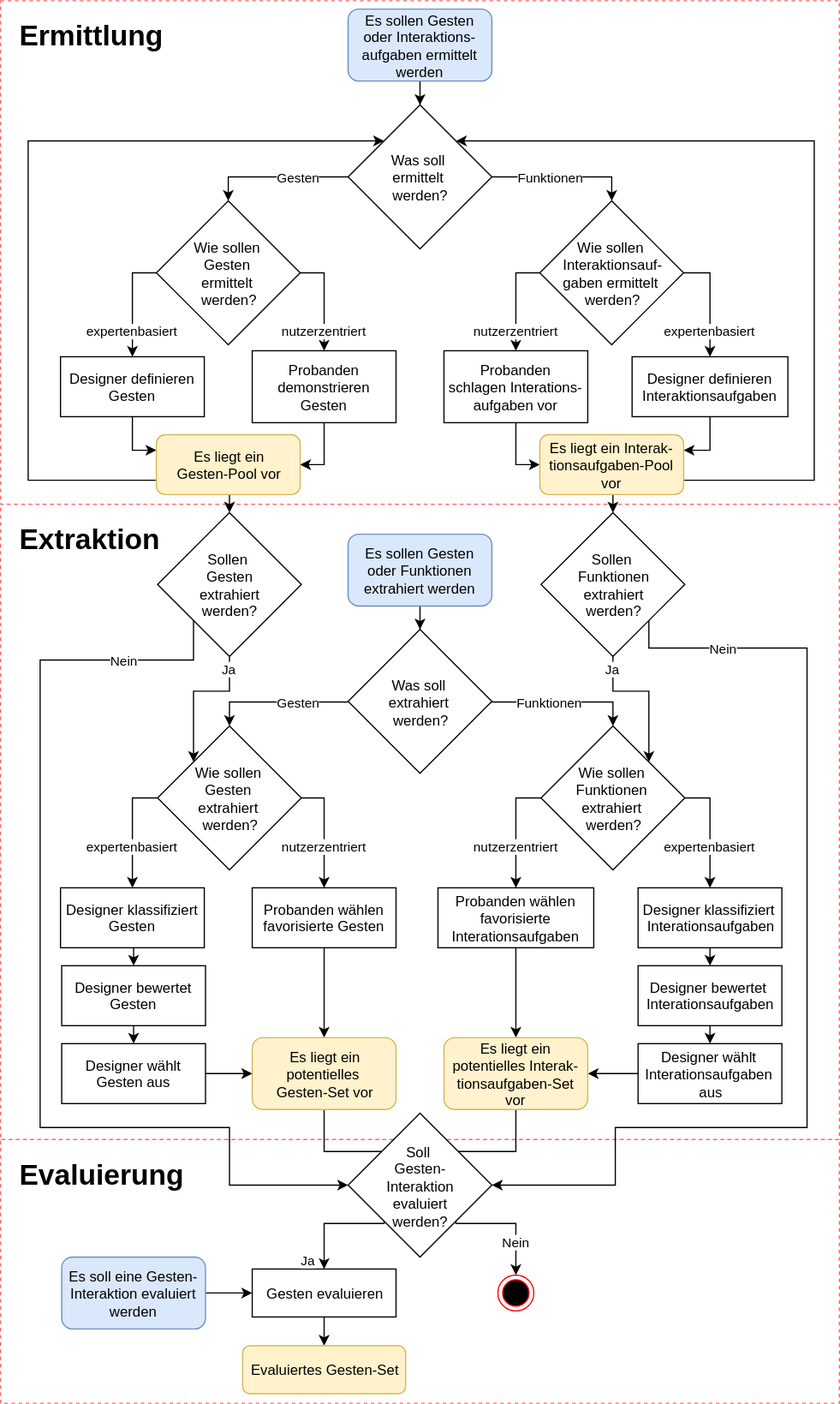
Above: img/de/introduction/study-create/gesture-design-process.svg in danielkuenkel/gesturenote (draw.io), before the change. Source tidied: cells renumbered, new cells last; positions are measured from the earlier drawing's top-left corner, leaving out a move shared by most shapes.
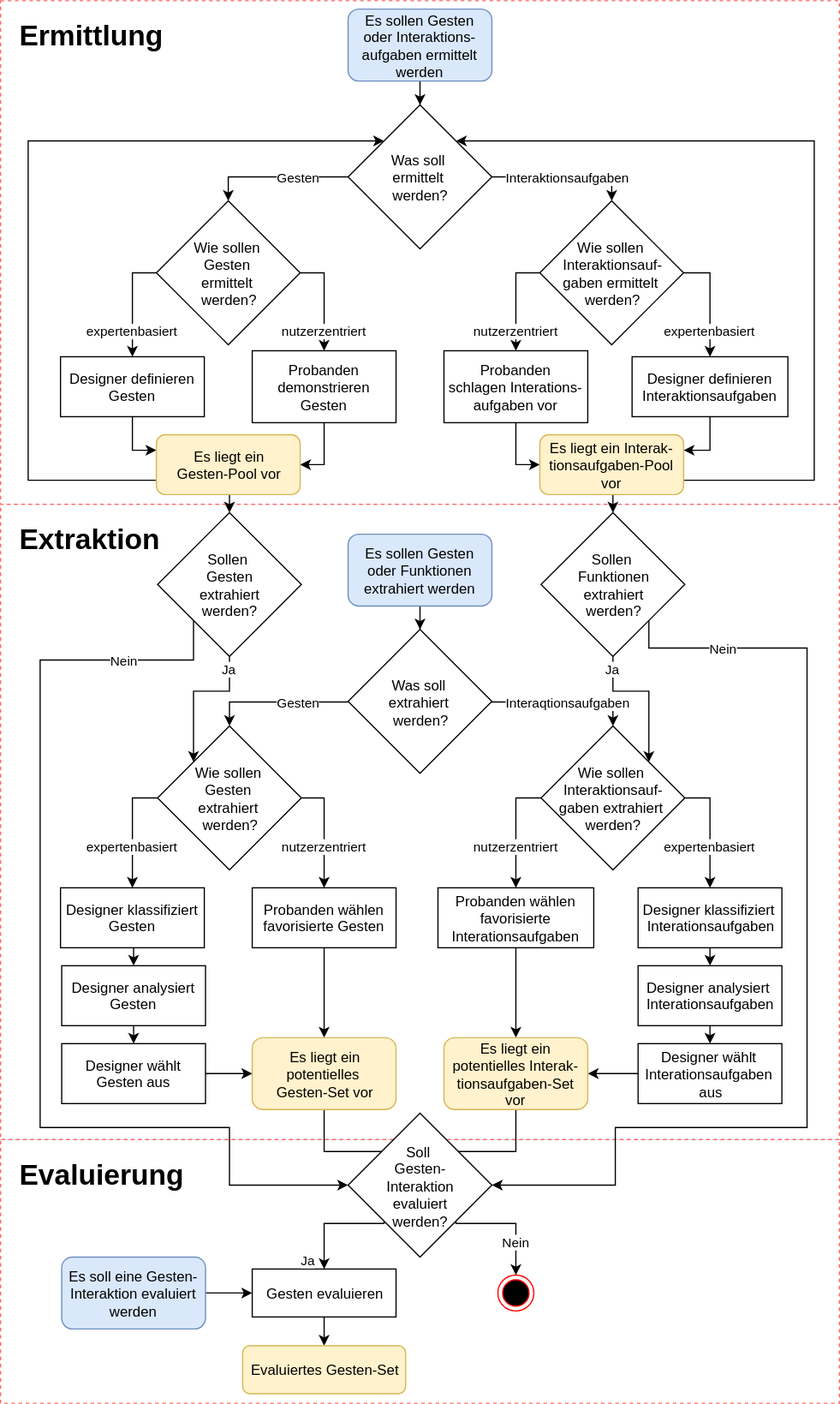
The same file after the commit.

Change to the diagram source:
```diff
@@ -40,8 +40,8 @@
         </Array>
       </mxGeometry>
     </mxCell>
-    <mxCell id="12" value="Funktionen" style="edgeStyle=orthogonalEdgeStyle;rounded=0;html=1;exitX=1;exitY=0.5;entryX=0.5;entryY=0;jettySize=auto;" parent="1" edge="1" target="22">
-      <mxGeometry x="-0.18" relative="1" as="geometry">
+    <mxCell id="12" value="Interaktionsaufgaben" style="edgeStyle=orthogonalEdgeStyle;rounded=0;html=1;exitX=1;exitY=0.5;entryX=0.5;entryY=0;jettySize=auto;" parent="1" edge="1" target="22">
+      <mxGeometry x="0.05" relative="1" as="geometry">
         <mxPoint x="410" y="147" as="sourcePoint" />
       </mxGeometry>
     </mxCell>
@@ -119,7 +119,7 @@
     <mxCell id="32" style="edgeStyle=orthogonalEdgeStyle;rounded=0;html=1;exitX=0.5;exitY=1;entryX=0.5;entryY=0;jettySize=auto;" parent="1" edge="1" source="33" target="54">
       <mxGeometry relative="1" as="geometry" />
     </mxCell>
-    <mxCell id="33" value="Designer bewertet Gesten" style="rounded=0;whiteSpace=wrap;html=1;" parent="1" vertex="1">
+    <mxCell id="33" value="Designer analysiert Gesten" style="rounded=0;whiteSpace=wrap;html=1;" parent="1" vertex="1">
       <mxGeometry x="51" y="805" width="120" height="50" as="geometry" />
     </mxCell>
     <mxCell id="34" style="edgeStyle=orthogonalEdgeStyle;rounded=0;html=1;exitX=0.5;exitY=1;entryX=0.5;entryY=0;jettySize=auto;" parent="1" edge="1" source="35" target="40">
@@ -135,8 +135,8 @@
         </Array>
       </mxGeometry>
     </mxCell>
-    <mxCell id="37" value="Funktionen" style="edgeStyle=orthogonalEdgeStyle;rounded=0;html=1;exitX=1;exitY=0.5;entryX=0.5;entryY=0;jettySize=auto;" parent="1" edge="1" target="46">
-      <mxGeometry x="-0.18" relative="1" as="geometry">
+    <mxCell id="37" value="Interaqtionsaufgaben" style="edgeStyle=orthogonalEdgeStyle;rounded=0;html=1;exitX=1;exitY=0.5;entryX=0.5;entryY=0;jettySize=auto;" parent="1" edge="1" target="46">
+      <mxGeometry x="0.06" relative="1" as="geometry">
         <mxPoint x="407" y="585" as="sourcePoint" />
       </mxGeometry>
     </mxCell>
@@ -172,7 +172,7 @@
     <mxCell id="45" value="&lt;div&gt;expertenbasiert&lt;br&gt;&lt;/div&gt;" style="edgeStyle=orthogonalEdgeStyle;rounded=0;html=1;exitX=1;exitY=0.5;entryX=0.5;entryY=0;jettySize=auto;" parent="1" edge="1" source="46" target="75">
       <mxGeometry x="0.27" relative="1" as="geometry" />
     </mxCell>
-    <mxCell id="46" value="Wie sollen&amp;nbsp;&lt;div&gt;Funktionen&amp;nbsp;&lt;/div&gt;&lt;div&gt;extrahiert&amp;nbsp;&lt;/div&gt;&lt;div&gt;werden?&lt;/div&gt;" style="rhombus;whiteSpace=wrap;html=1;" parent="1" vertex="1">
+    <mxCell id="46" value="Wie sollen&amp;nbsp;&lt;div&gt;Interaktionsauf-&lt;/div&gt;&lt;div&gt;gaben extrahiert&amp;nbsp;&lt;/div&gt;&lt;div&gt;werden?&lt;/div&gt;" style="rhombus;whiteSpace=wrap;html=1;" parent="1" vertex="1">
       <mxGeometry x="451" y="605" width="120" height="120" as="geometry" />
     </mxCell>
     <mxCell id="47" style="edgeStyle=orthogonalEdgeStyle;rounded=0;html=1;exitX=0;exitY=0.5;entryX=1;entryY=0.5;jettySize=auto;" parent="1" edge="1" source="48" target="52">
@@ -283,7 +283,7 @@
     <mxCell id="72" style="edgeStyle=orthogonalEdgeStyle;rounded=0;html=1;exitX=0.5;exitY=1;entryX=0.5;entryY=0;jettySize=auto;" parent="1" edge="1" source="73" target="48">
       <mxGeometry relative="1" as="geometry" />
     </mxCell>
-    <mxCell id="73" value="Designer bewertet&amp;nbsp;&lt;br&gt;Interationsaufgaben" style="rounded=0;whiteSpace=wrap;html=1;" parent="1" vertex="1">
+    <mxCell id="73" value="Designer analysiert&amp;nbsp;&lt;br&gt;Interationsaufgaben" style="rounded=0;whiteSpace=wrap;html=1;" parent="1" vertex="1">
       <mxGeometry x="532" y="805" width="120" height="50" as="geometry" />
     </mxCell>
     <mxCell id="74" style="edgeStyle=orthogonalEdgeStyle;rounded=0;html=1;exitX=0.5;exitY=1;entryX=0.5;entryY=0;jettySize=auto;" parent="1" edge="1" source="75" target="73">
```
